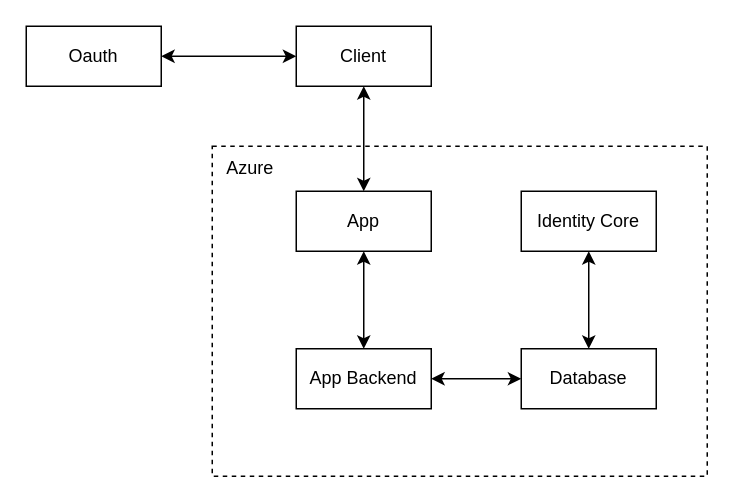
The draw.io diagram docs/diagrams/Architecture.drawio in ITU-BDSA2024-GROUP29/Chirp, before the edit. Source tidied: cells renumbered, new cells numbered last; positions are measured from the earlier drawing's top-left corner, leaving out a move shared by most shapes. Both pictures are drawn from the tidied source at 150%, with x=0, y=0 at pixel (26, 26).
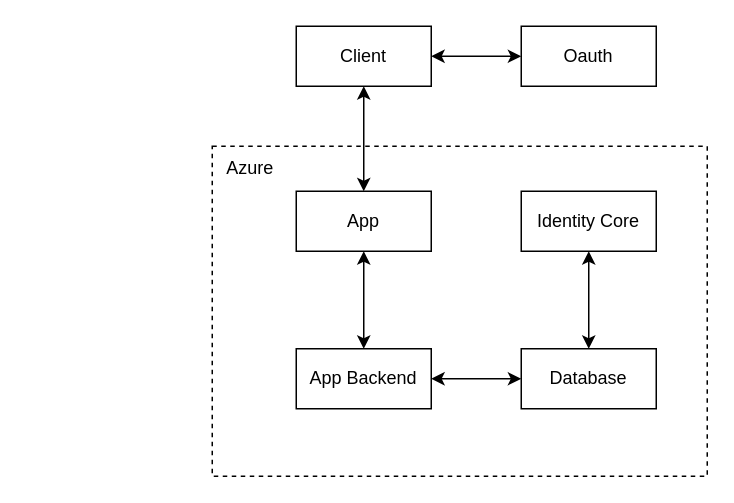
The same page after the edit.

The edit, as a diff of the source:
```diff
@@
 <mxGraphModel>
   <root>
     <mxCell id="0" />
     <mxCell id="1" parent="0" />
     <mxCell id="2" style="rounded=0;whiteSpace=wrap;html=1;fillColor=none;dashed=1;" parent="1" vertex="1">
       <mxGeometry x="124" y="80" width="330" height="220" as="geometry" />
     </mxCell>
     <mxCell id="3" style="edgeStyle=none;rounded=0;jettySize=auto;html=1;exitX=0.5;exitY=1;exitDx=0;exitDy=0;entryX=0.5;entryY=0;entryDx=0;entryDy=0;startArrow=classic;startFill=1;" parent="1" edge="1" source="4" target="8">
       <mxGeometry relative="1" as="geometry" />
     </mxCell>
     <mxCell id="4" value="Client" style="whiteSpace=wrap;html=1;" parent="1" vertex="1">
       <mxGeometry x="180" width="90" height="40" as="geometry" />
     </mxCell>
-    <mxCell id="5" style="rounded=0;jettySize=auto;html=1;exitX=1;exitY=0.5;exitDx=0;exitDy=0;entryX=0;entryY=0.5;entryDx=0;entryDy=0;startArrow=classic;startFill=1;" parent="1" edge="1" source="6" target="4">
+    <mxCell id="5" style="rounded=0;jettySize=auto;html=1;exitX=0;exitY=0.5;exitDx=0;exitDy=0;startArrow=classic;startFill=1;entryX=1;entryY=0.5;entryDx=0;entryDy=0;" parent="1" edge="1" source="6" target="4">
       <mxGeometry relative="1" as="geometry" />
     </mxCell>
     <mxCell id="6" value="Oauth" style="whiteSpace=wrap;html=1;" parent="1" vertex="1">
-      <mxGeometry width="90" height="40" as="geometry" />
+      <mxGeometry x="330" width="90" height="40" as="geometry" />
     </mxCell>
     <mxCell id="7" style="edgeStyle=none;rounded=0;jettySize=auto;html=1;exitX=0.5;exitY=1;exitDx=0;exitDy=0;entryX=0.5;entryY=0;entryDx=0;entryDy=0;startArrow=classic;startFill=1;" parent="1" edge="1" source="8" target="11">
       <mxGeometry relative="1" as="geometry" />
     </mxCell>
     <mxCell id="8" value="App" style="whiteSpace=wrap;html=1;" parent="1" vertex="1">
       <mxGeometry x="180" y="110" width="90" height="40" as="geometry" />
     </mxCell>
     <mxCell id="9" value="Azure" style="text;html=1;align=center;verticalAlign=middle;strokeColor=none;fillColor=none;" parent="1" vertex="1">
       <mxGeometry x="124" y="80" width="50" height="30" as="geometry" />
     </mxCell>
     <mxCell id="10" style="edgeStyle=none;rounded=0;jettySize=auto;html=1;exitX=1;exitY=0.5;exitDx=0;exitDy=0;entryX=0;entryY=0.5;entryDx=0;entryDy=0;startArrow=classic;startFill=1;" parent="1" edge="1" source="11" target="12">
       <mxGeometry relative="1" as="geometry" />
     </mxCell>
     <mxCell id="11" value="App Backend" style="whiteSpace=wrap;html=1;" parent="1" vertex="1">
       <mxGeometry x="180" y="215" width="90" height="40" as="geometry" />
     </mxCell>
     <mxCell id="12" value="Database" style="whiteSpace=wrap;html=1;" parent="1" vertex="1">
       <mxGeometry x="330" y="215" width="90" height="40" as="geometry" />
     </mxCell>
     <mxCell id="13" style="edgeStyle=none;rounded=0;jettySize=auto;html=1;exitX=0.5;exitY=1;exitDx=0;exitDy=0;entryX=0.5;entryY=0;entryDx=0;entryDy=0;startArrow=classic;startFill=1;" parent="1" edge="1" source="14" target="12">
       <mxGeometry relative="1" as="geometry" />
     </mxCell>
     <mxCell id="14" value="Identity Core" style="whiteSpace=wrap;html=1;" parent="1" vertex="1">
       <mxGeometry x="330" y="110" width="90" height="40" as="geometry" />
     </mxCell>
   </root>
 </mxGraphModel>
```
